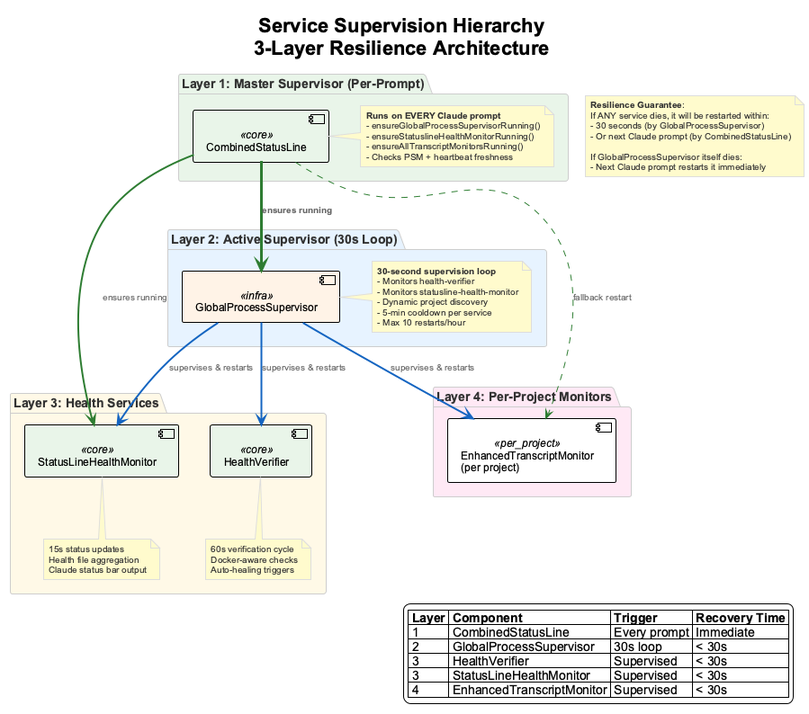
Before: docs-content/images/supervisor-restart-hierarchy.png, a diagram exported from PlantUML (fwornle/coding). The source it was exported from:
```plantuml
@startuml supervisor-restart-hierarchy
!include _standard-style.puml

title Service Supervision Hierarchy\n3-Layer Resilience Architecture

top to bottom direction

package "Layer 1: Master Supervisor (Per-Prompt)" #E8F5E8 {
  component [CombinedStatusLine] as CSL <<core>>
  note right of CSL
    **Runs on EVERY Claude prompt**
    - ensureGlobalProcessSupervisorRunning()
    - ensureStatuslineHealthMonitorRunning()
    - ensureAllTranscriptMonitorsRunning()
    - Checks PSM + heartbeat freshness
  end note
}

package "Layer 2: Active Supervisor (30s Loop)" #E6F3FF {
  component [GlobalProcessSupervisor] as GPS <<infra>>
  note right of GPS
    **30-second supervision loop**
    - Monitors health-verifier
    - Monitors statusline-health-monitor
    - Dynamic project discovery
    - 5-min cooldown per service
    - Max 10 restarts/hour
  end note
}

package "Layer 3: Health Services" #FFF9E6 {
  component [HealthVerifier] as HV <<core>>
  component [StatusLineHealthMonitor] as SHM <<core>>

  note bottom of HV
    60s verification cycle
    Docker-aware checks
    Auto-healing triggers
  end note

  note bottom of SHM
    15s status updates
    Health file aggregation
    Claude status bar output
  end note
}

package "Layer 4: Per-Project Monitors" #FFE8F4 {
  component [EnhancedTranscriptMonitor\n(per project)] as ETM <<per_project>>
}

CSL -[#2E7D32,thickness=3]-> GPS : **ensures running**
CSL -[#2E7D32,thickness=2]-> SHM : ensures running
CSL -[#2E7D32,thickness=1,dashed]-> ETM : fallback restart

GPS -[#1565C0,thickness=2]-> HV : supervises & restarts
GPS -[#1565C0,thickness=2]-> SHM : supervises & restarts
GPS -[#1565C0,thickness=2]-> ETM : supervises & restarts

legend right
  |= Layer |= Component |= Trigger |= Recovery Time |
  | 1 | CombinedStatusLine | Every prompt | Immediate |
  | 2 | GlobalProcessSupervisor | 30s loop | < 30s |
  | 3 | HealthVerifier | Supervised | < 30s |
  | 3 | StatusLineHealthMonitor | Supervised | < 30s |
  | 4 | EnhancedTranscriptMonitor | Supervised | < 30s |
endlegend

note as N1
  **Resilience Guarantee**:
  If ANY service dies, it will be restarted within:
  - 30 seconds (by GlobalProcessSupervisor)
  - Or next Claude prompt (by CombinedStatusLine)

  If GlobalProcessSupervisor itself dies:
  - Next Claude prompt restarts it immediately
end note

@enduml
```
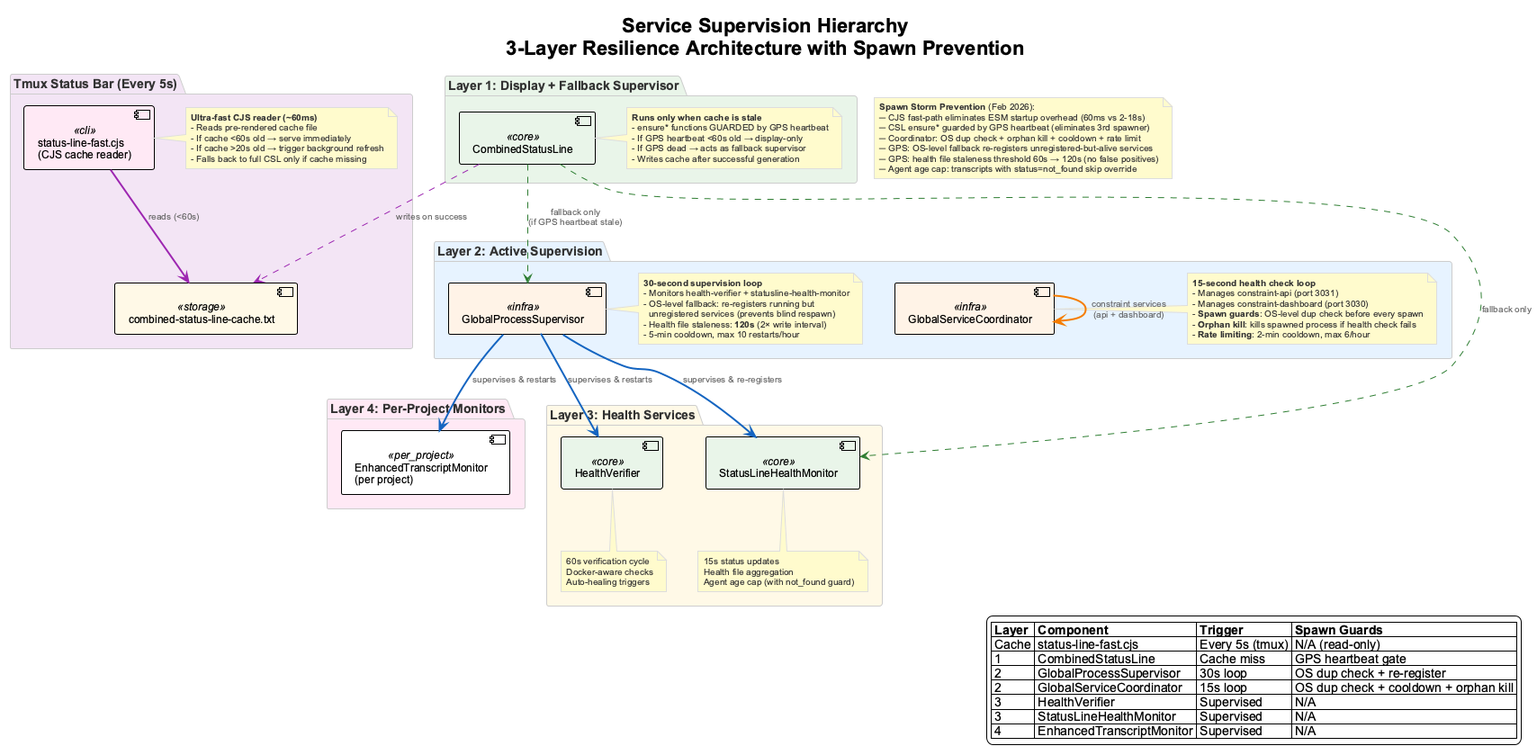
After the commit.

Change to the diagram source:
```diff
@@ -1,30 +1,53 @@
 @startuml supervisor-restart-hierarchy
 !include _standard-style.puml
 
-title Service Supervision Hierarchy\n3-Layer Resilience Architecture
+title Service Supervision Hierarchy\n3-Layer Resilience Architecture with Spawn Prevention
 
 top to bottom direction
 
-package "Layer 1: Master Supervisor (Per-Prompt)" #E8F5E8 {
-  component [CombinedStatusLine] as CSL <<core>>
-  note right of CSL
-    **Runs on EVERY Claude prompt**
-    - ensureGlobalProcessSupervisorRunning()
-    - ensureStatuslineHealthMonitorRunning()
-    - ensureAllTranscriptMonitorsRunning()
-    - Checks PSM + heartbeat freshness
+package "Tmux Status Bar (Every 5s)" #F3E5F5 {
+  component [status-line-fast.cjs\n(CJS cache reader)] as FastPath <<cli>>
+  component [combined-status-line-cache.txt] as Cache <<storage>>
+  note right of FastPath
+    **Ultra-fast CJS reader (~60ms)**
+    - Reads pre-rendered cache file
+    - If cache <60s old → serve immediately
+    - If cache >20s old → trigger background refresh
+    - Falls back to full CSL only if cache missing
   end note
 }
 
-package "Layer 2: Active Supervisor (30s Loop)" #E6F3FF {
+package "Layer 1: Display + Fallback Supervisor" #E8F5E8 {
+  component [CombinedStatusLine] as CSL <<core>>
+  note right of CSL
+    **Runs only when cache is stale**
+    - ensure* functions GUARDED by GPS heartbeat
+    - If GPS heartbeat <60s old → display-only
+    - If GPS dead → acts as fallback supervisor
+    - Writes cache after successful generation
+  end note
+}
+
+package "Layer 2: Active Supervision" #E6F3FF {
   component [GlobalProcessSupervisor] as GPS <<infra>>
+  component [GlobalServiceCoordinator] as GSC <<infra>>
+
   note right of GPS
     **30-second supervision loop**
-    - Monitors health-verifier
-    - Monitors statusline-health-monitor
-    - Dynamic project discovery
-    - 5-min cooldown per service
-    - Max 10 restarts/hour
+    - Monitors health-verifier + statusline-health-monitor
+    - OS-level fallback: re-registers running but
+      unregistered services (prevents blind respawn)
+    - Health file staleness: **120s** (2× write interval)
+    - 5-min cooldown, max 10 restarts/hour
+  end note
+
+  note right of GSC
+    **15-second health check loop**
+    - Manages constraint-api (port 3031)
+    - Manages constraint-dashboard (port 3030)
+    - **Spawn guards**: OS-level dup check before every spawn
+    - **Orphan kill**: kills spawned process if health check fails
+    - **Rate limiting**: 2-min cooldown, max 6/hour
   end note
 }
 
@@ -41,7 +64,7 @@
   note bottom of SHM
     15s status updates
     Health file aggregation
-    Claude status bar output
+    Agent age cap (with not_found guard)
   end note
 }
 
@@ -49,31 +72,36 @@
   component [EnhancedTranscriptMonitor\n(per project)] as ETM <<per_project>>
 }
 
-CSL -[#2E7D32,thickness=3]-> GPS : **ensures running**
-CSL -[#2E7D32,thickness=2]-> SHM : ensures running
-CSL -[#2E7D32,thickness=1,dashed]-> ETM : fallback restart
+FastPath -[#9C27B0,thickness=2]-> Cache : reads (<60s)
+CSL -[#9C27B0,thickness=1,dashed]-> Cache : writes on success
+
+CSL -[#2E7D32,thickness=2,dashed]-> GPS : fallback only\n(if GPS heartbeat stale)
+CSL -[#2E7D32,thickness=1,dashed]-> SHM : fallback only
 
 GPS -[#1565C0,thickness=2]-> HV : supervises & restarts
-GPS -[#1565C0,thickness=2]-> SHM : supervises & restarts
+GPS -[#1565C0,thickness=2]-> SHM : supervises & re-registers
 GPS -[#1565C0,thickness=2]-> ETM : supervises & restarts
+GSC -[#F57C00,thickness=2]-> GSC : constraint services\n(api + dashboard)
 
 legend right
-  |= Layer |= Component |= Trigger |= Recovery Time |
-  | 1 | CombinedStatusLine | Every prompt | Immediate |
-  | 2 | GlobalProcessSupervisor | 30s loop | < 30s |
-  | 3 | HealthVerifier | Supervised | < 30s |
-  | 3 | StatusLineHealthMonitor | Supervised | < 30s |
-  | 4 | EnhancedTranscriptMonitor | Supervised | < 30s |
+  |= Layer |= Component |= Trigger |= Spawn Guards |
+  | Cache | status-line-fast.cjs | Every 5s (tmux) | N/A (read-only) |
+  | 1 | CombinedStatusLine | Cache miss | GPS heartbeat gate |
+  | 2 | GlobalProcessSupervisor | 30s loop | OS dup check + re-register |
+  | 2 | GlobalServiceCoordinator | 15s loop | OS dup check + cooldown + orphan kill |
+  | 3 | HealthVerifier | Supervised | N/A |
+  | 3 | StatusLineHealthMonitor | Supervised | N/A |
+  | 4 | EnhancedTranscriptMonitor | Supervised | N/A |
 endlegend
 
 note as N1
-  **Resilience Guarantee**:
-  If ANY service dies, it will be restarted within:
-  - 30 seconds (by GlobalProcessSupervisor)
-  - Or next Claude prompt (by CombinedStatusLine)
-
-  If GlobalProcessSupervisor itself dies:
-  - Next Claude prompt restarts it immediately
+  **Spawn Storm Prevention** (Feb 2026):
+  ─ CJS fast-path eliminates ESM startup overhead (60ms vs 2-18s)
+  ─ CSL ensure* guarded by GPS heartbeat (eliminates 3rd spawner)
+  ─ Coordinator: OS dup check + orphan kill + cooldown + rate limit
+  ─ GPS: OS-level fallback re-registers unregistered-but-alive services
+  ─ GPS: health file staleness threshold 60s → 120s (no false positives)
+  ─ Agent age cap: transcripts with status=not_found skip override
 end note
 
 @enduml
```
